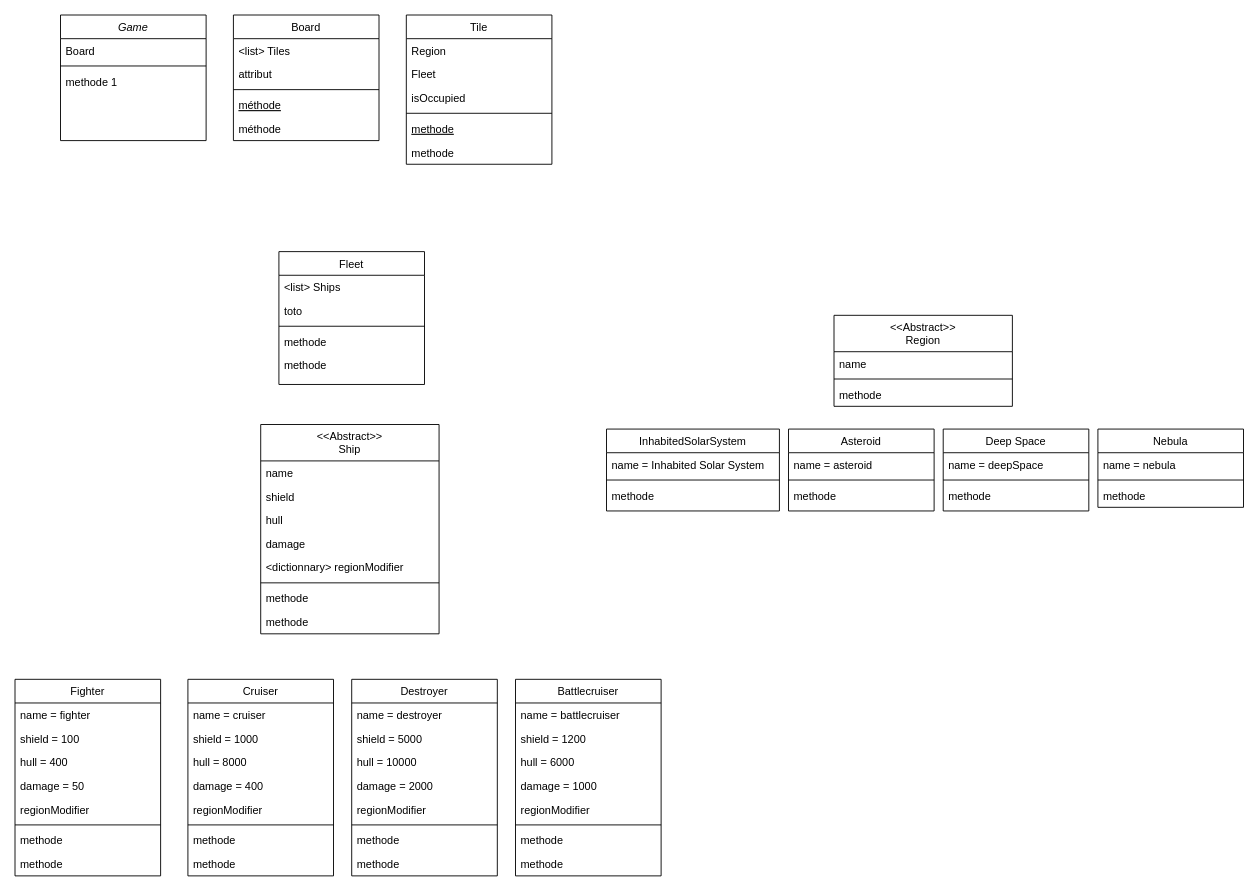
The draw.io diagram Space-game.drawio in SolennPenarroya/Space-game-project, before the edit. Source tidied: cells renumbered, new cells numbered last; positions are measured from the earlier drawing's top-left corner, leaving out a move shared by most shapes. Both pictures are drawn from the tidied source at 91%, with x=0, y=0 at pixel (15, 15).
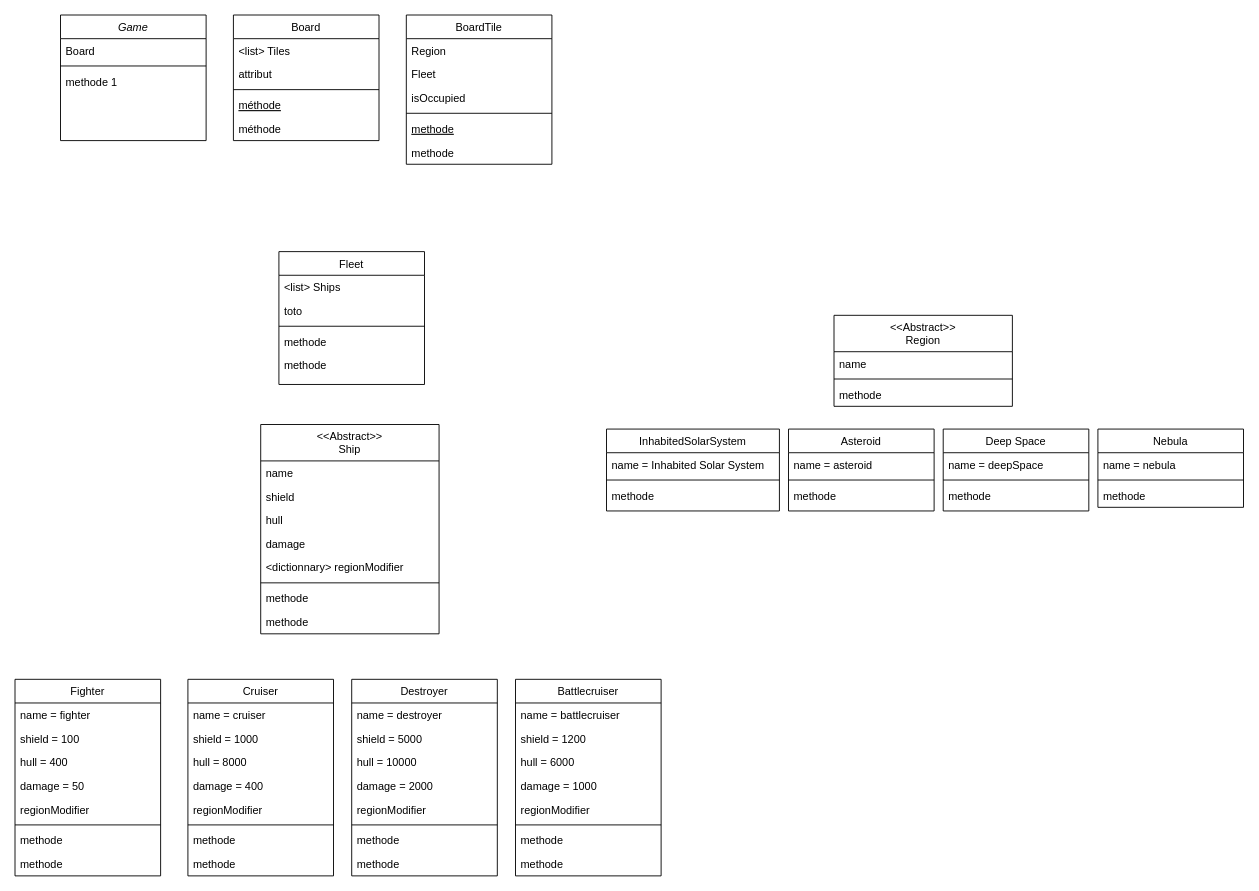
The same diagram, later.

Commit message:
Mettre à jour Space-game.drawio

What changed in the source:
```diff
@@
-    <mxCell id="6" value="Tile" style="swimlane;fontStyle=0;align=center;verticalAlign=top;horizontal=1;startSize=26;rounded=0;shadow=0;strokeWidth=1;" parent="1" vertex="1">
+    <mxCell id="6" value="BoardTile" style="swimlane;fontStyle=0;align=center;verticalAlign=top;horizontal=1;startSize=26;rounded=0;shadow=0;strokeWidth=1;" parent="1" vertex="1">
       <mxGeometry x="430" width="160" height="164" as="geometry" />
     </mxCell>
```
